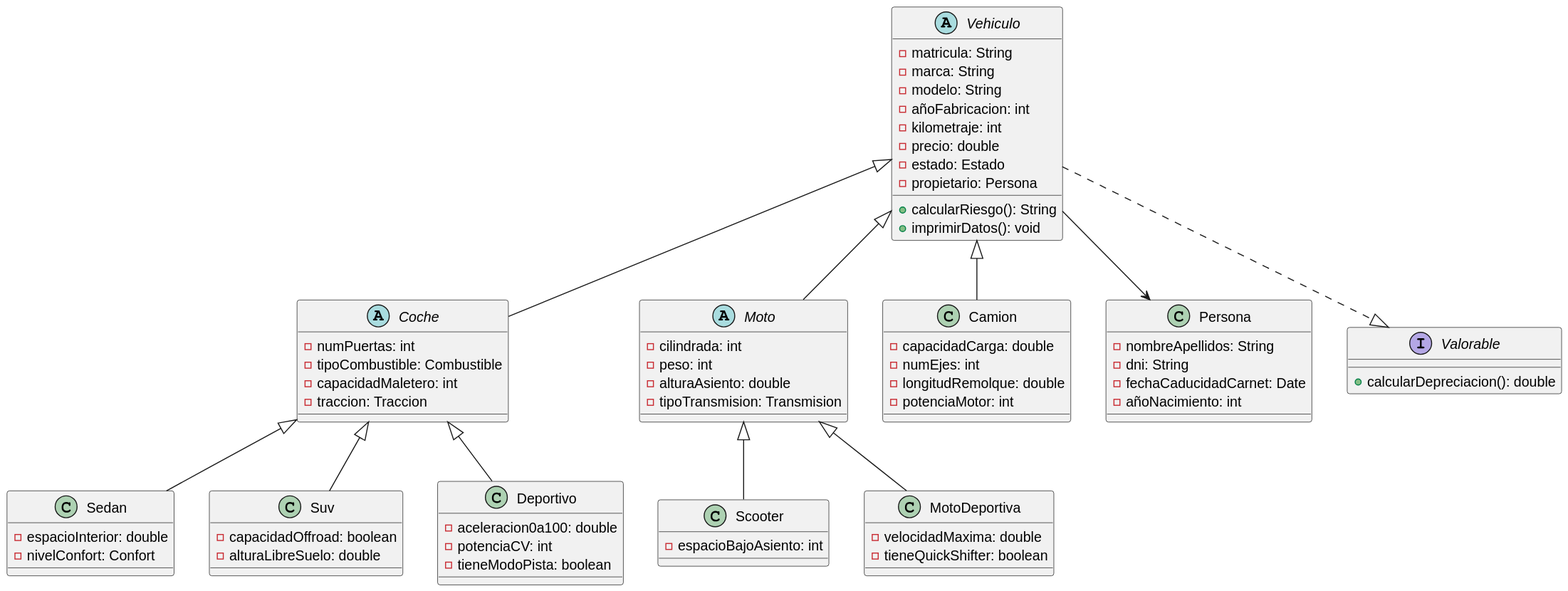
The PlantUML diagram uml/diagrama.svg in Juanma-prueba/UT5_ED_Prog, before a commit.
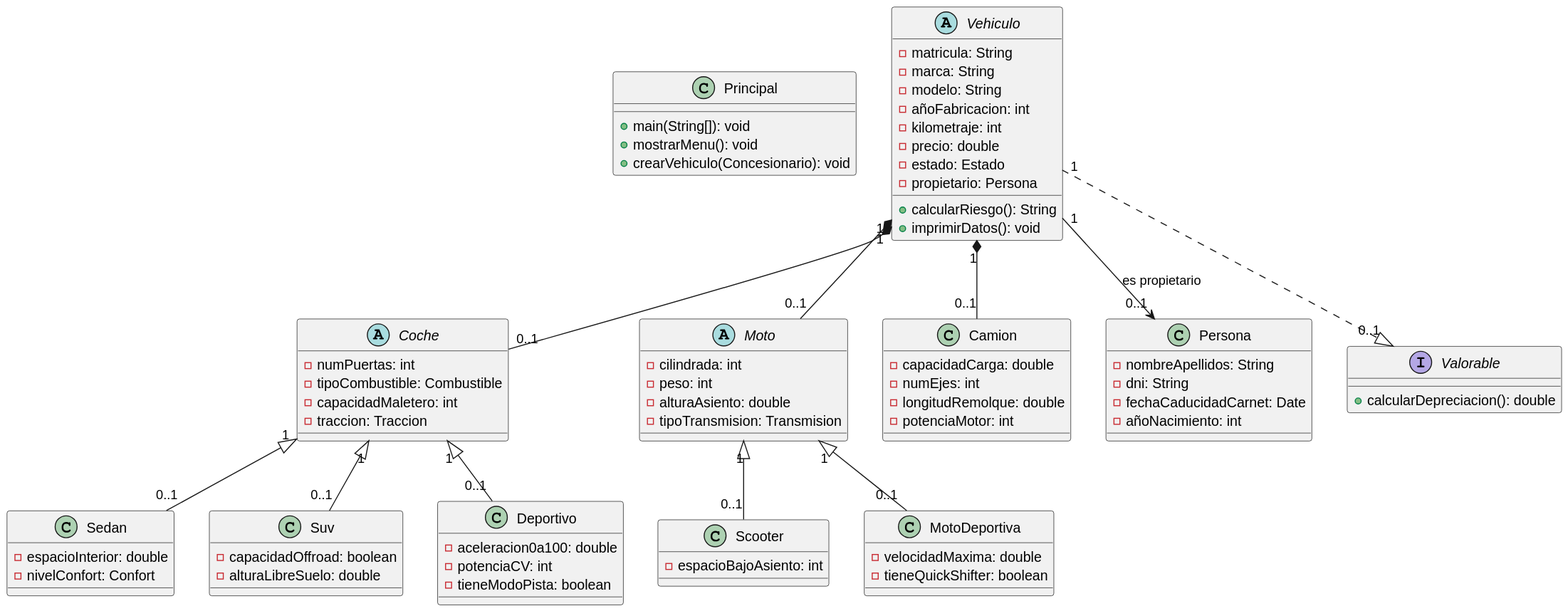
The same file after the commit.

Commit message:
Añadido cardinalidad entre clases

Diff of the diagram source:
```diff
@@ -1,4 +1,10 @@
 @startuml
+class Principal {
+  + main(String[]): void
+  + mostrarMenu(): void
+  + crearVehiculo(Concesionario): void
+  }
+
 abstract class Vehiculo {
     - matricula: String
     - marca: String
@@ -9,15 +15,15 @@
     - estado: Estado
     - propietario: Persona
 
-     + calcularRiesgo(): String
-     + imprimirDatos(): void
+    + calcularRiesgo(): String
+    + imprimirDatos(): void
 }
 
-abstract class Coche extends Vehiculo {
-        - numPuertas: int
-        - tipoCombustible: Combustible
-        - capacidadMaletero: int
-        - traccion: Traccion
+abstract class Coche {
+    - numPuertas: int
+    - tipoCombustible: Combustible
+    - capacidadMaletero: int
+    - traccion: Traccion
 }
 
 class Sedan {
@@ -36,7 +42,7 @@
     - tieneModoPista: boolean
 }
 
-abstract class Moto extends Vehiculo{
+abstract class Moto {
     - cilindrada: int
     - peso: int
     - alturaAsiento: double
@@ -52,7 +58,7 @@
     - tieneQuickShifter: boolean
 }
 
-class Camion extends Vehiculo {
+class Camion {
     - capacidadCarga: double
     - numEjes: int
     - longitudRemolque: double
@@ -70,13 +76,21 @@
     + calcularDepreciacion(): double
 }
 
-Vehiculo --> Persona
-Vehiculo ..|> Valorable
 
-Coche <|-- Sedan
-Coche <|-- Suv
-Coche <|-- Deportivo
+Vehiculo "1" *-- "0..1" Coche
+Vehiculo "1" *-- "0..1" Moto
+Vehiculo "1" *-- "0..1" Camion
 
-Moto <|-- Scooter
-Moto <|-- MotoDeportiva
+
+
+
+Vehiculo "1" --> "0..1" Persona : es propietario
+Vehiculo "1" ..|> "0..1" Valorable
+
+Coche "1" <|-- "0..1" Sedan
+Coche "1" <|-- "0..1" Suv
+Coche "1" <|-- "0..1" Deportivo
+
+Moto "1" <|-- "0..1" Scooter
+Moto "1" <|-- "0..1" MotoDeportiva
 @enduml
```
